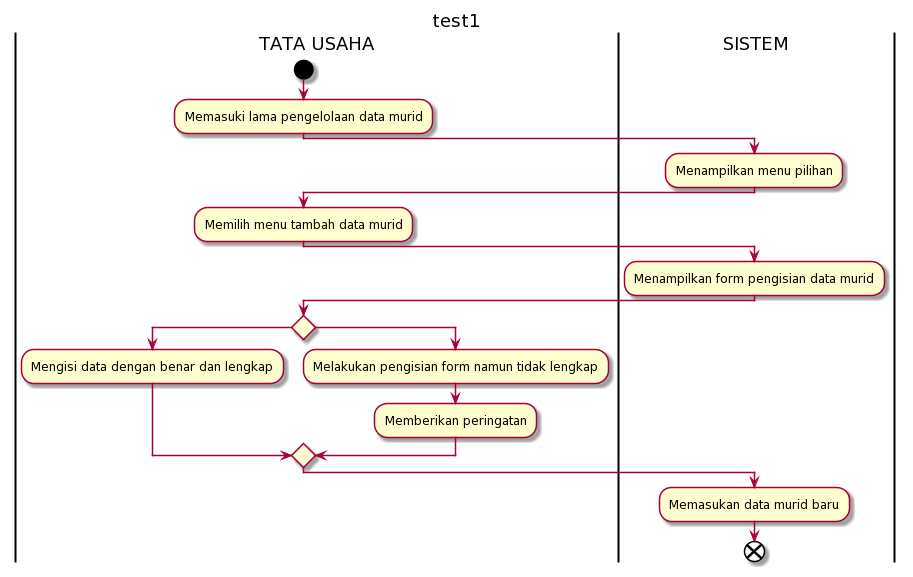
AgileRE-2021/UseTivy keeps this PlantUML diagram as activity_1_4.png. Above is the earlier version.
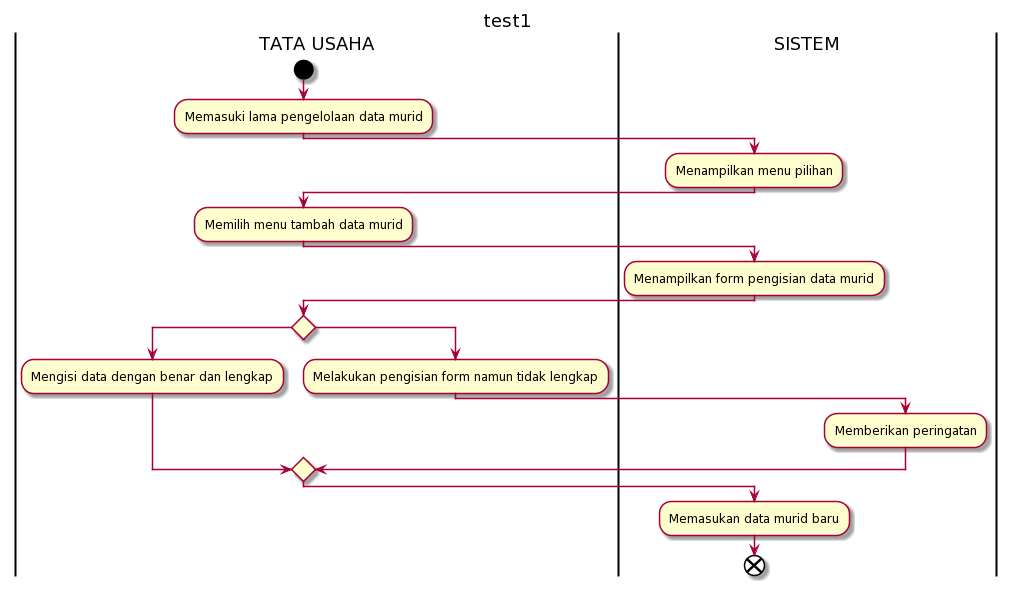
Above is the later version.

The edit, as a diff of the source:
```diff
@@ -14,6 +14,7 @@
  :Mengisi data dengan benar dan lengkap;
  else
 :Melakukan pengisian form namun tidak lengkap;
+|SISTEM|
 :Memberikan peringatan;
 endif
 |SISTEM|
```
